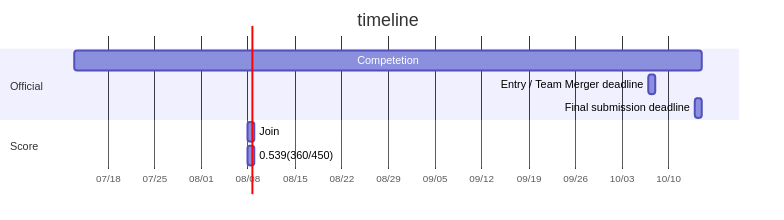
Before: assets/diagram.png, a diagram exported from Mermaid (mmiyahara/kaggle-brain-tumor). Its source is kept beside it as assets/diagram.mmd.
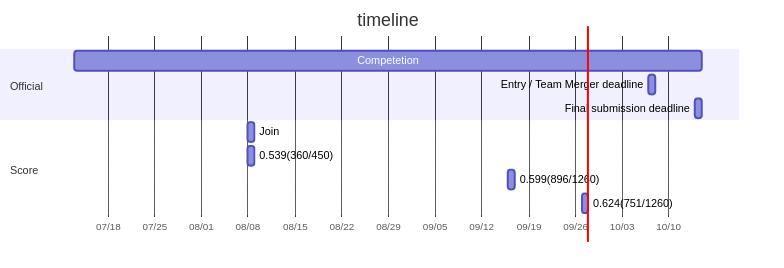
After the commit.

What changed in the source:
```diff
@@ -10,3 +10,5 @@
   section Score
   Join:2021-08-08, 2021-08-09
   0.539(360/450): 2021-08-08, 2021-08-09
+  0.599(896/1260): 2021-09-16, 2021-09-17
+  0.624(751/1260): 2021-09-27, 2021-09-28
```
